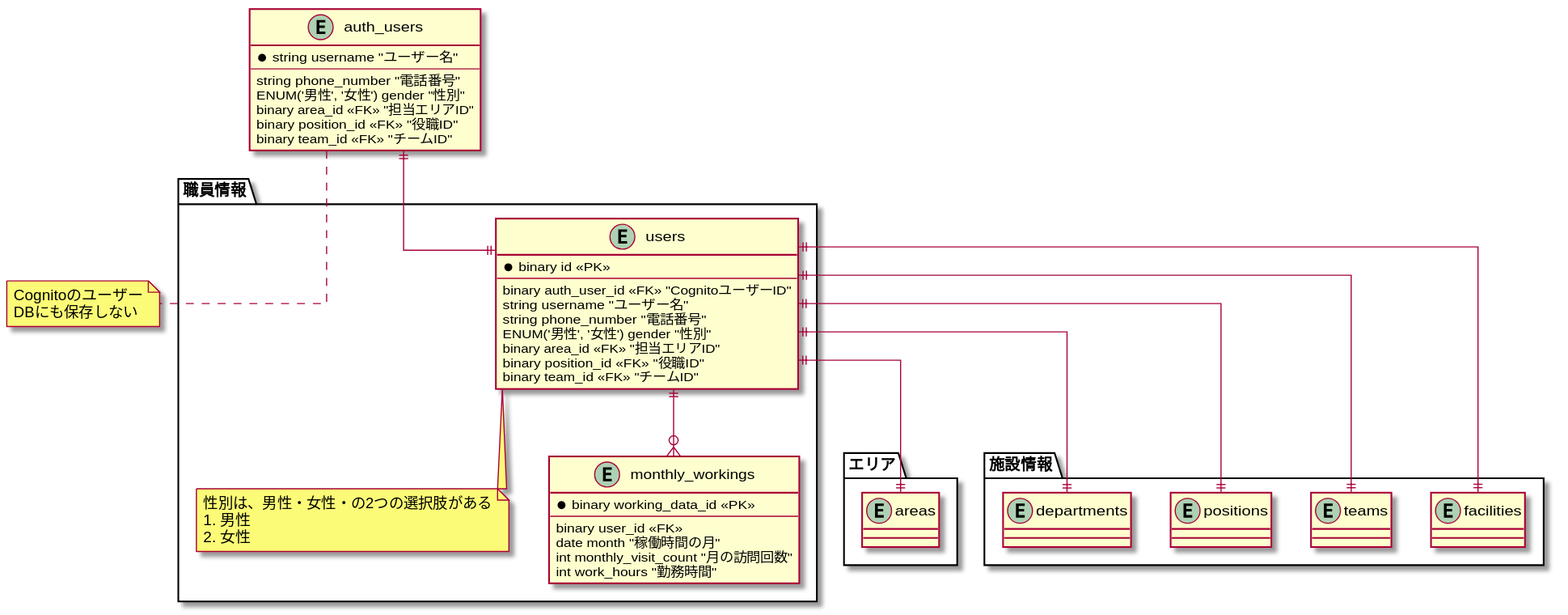
Before: src/diagrams-svg/ER/tables/users.svg, a diagram exported from PlantUML (Fukuemon/buddy_design_docs).
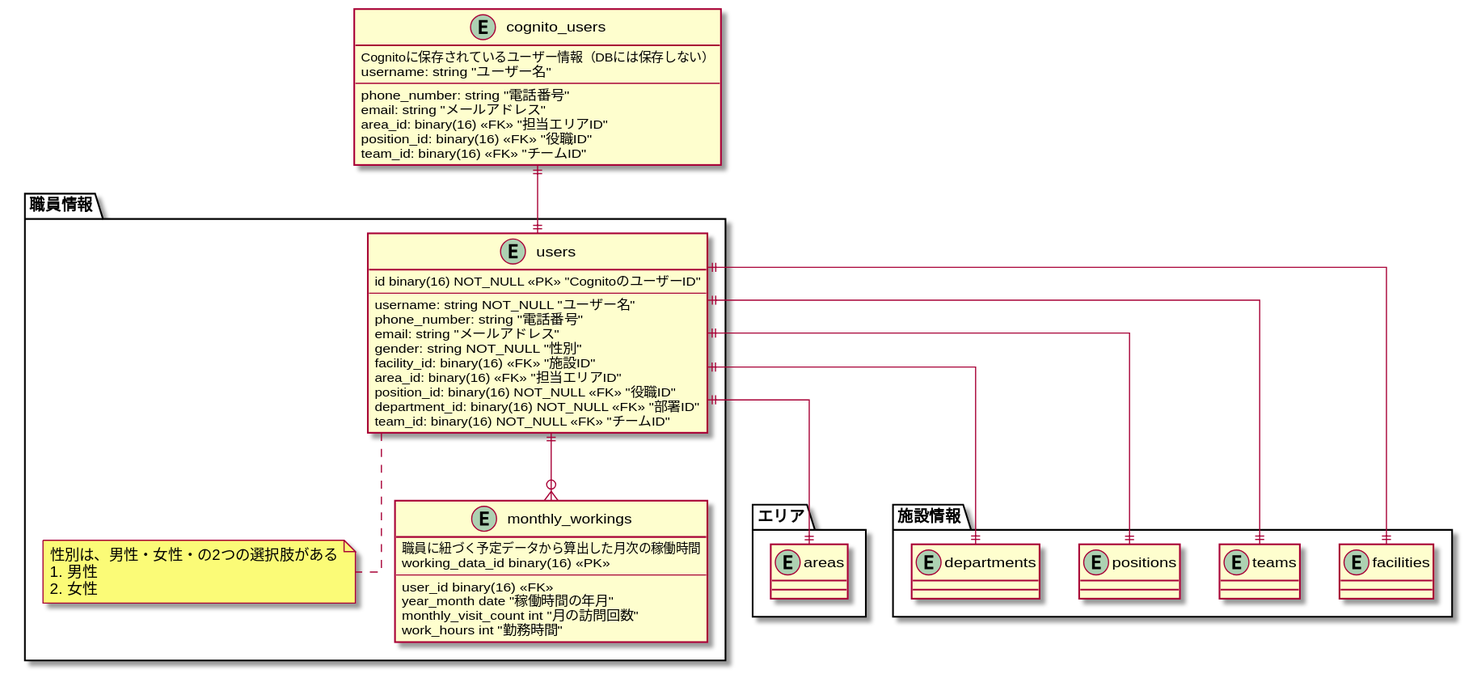
After the commit.

The edit, as a diff of the source:
```diff
@@ -1,32 +1,30 @@
 @startuml entity-relationship-diagram
 skinparam linetype ortho
 
-entity auth_users {
-  * string username "ユーザー名"
+entity cognito_users {
+  Cognitoに保存されているユーザー情報（DBには保存しない）
+  username: string "ユーザー名"
   --
-  string phone_number "電話番号"
-  ENUM('男性', '女性') gender "性別"
-  binary area_id <<FK>> "担当エリアID"
-  binary position_id <<FK>> "役職ID"
-  binary team_id <<FK>> "チームID"
+  phone_number: string "電話番号"
+  email: string "メールアドレス"
+  area_id: binary(16) <<FK>> "担当エリアID"
+  position_id: binary(16) <<FK>> "役職ID"
+  team_id: binary(16) <<FK>> "チームID"
 }
-
-note bottom of auth_users
-  Cognitoのユーザー
-  DBにも保存しない
-end note
 
 package 職員情報 {
   entity users {
-    * binary id <<PK>>
+    id binary(16) NOT_NULL <<PK>> "CognitoのユーザーID"
     --
-    binary auth_user_id <<FK>> "CognitoユーザーID"
-    string username "ユーザー名"
-    string phone_number "電話番号"
-    ENUM('男性', '女性') gender "性別"
-    binary area_id <<FK>> "担当エリアID"
-    binary position_id <<FK>> "役職ID"
-    binary team_id <<FK>> "チームID"
+    username: string NOT_NULL "ユーザー名"
+    phone_number: string "電話番号"
+    email: string "メールアドレス"
+    gender: string NOT_NULL  "性別"
+    facility_id: binary(16) <<FK>> "施設ID"
+    area_id: binary(16) <<FK>> "担当エリアID"
+    position_id: binary(16) NOT_NULL <<FK>> "役職ID"
+    department_id: binary(16) NOT_NULL <<FK>> "部署ID"
+    team_id: binary(16) NOT_NULL <<FK>> "チームID"
   }
 
   note bottom of users
@@ -36,12 +34,13 @@
   end note
 
   entity monthly_workings {
-    * binary working_data_id <<PK>>
+    職員に紐づく予定データから算出した月次の稼働時間
+    working_data_id binary(16) <<PK>>
     --
-    binary user_id <<FK>>
-    date month "稼働時間の月"
-    int monthly_visit_count "月の訪問回数"
-    int work_hours "勤務時間"
+    user_id binary(16) <<FK>>
+    year_month date "稼働時間の年月"
+    monthly_visit_count int "月の訪問回数"
+    work_hours int "勤務時間"
   }
 }
 
@@ -56,7 +55,7 @@
   entity departments
 }
 
-auth_users ||--|| users
+cognito_users ||--|| users
 users ||--|| positions
 users ||--|| departments
 users ||--o{ monthly_workings
```
